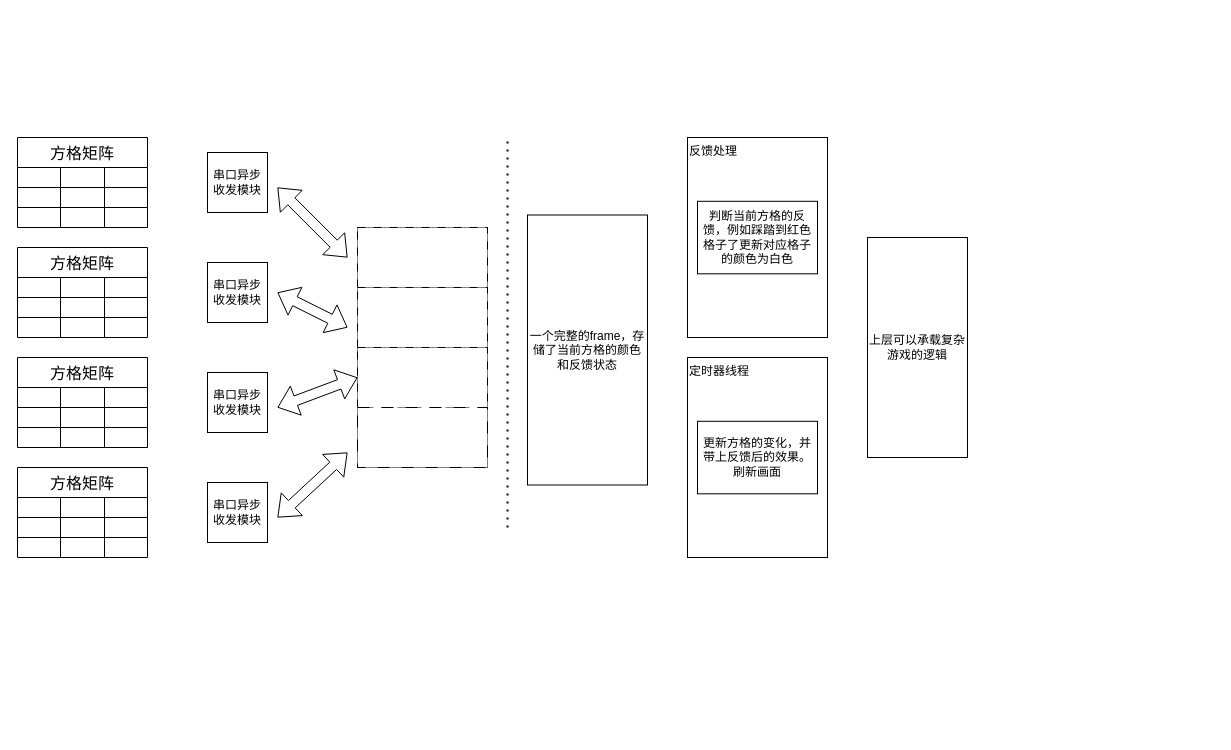
This is 程序框架.drawio from pleasecallmekaige/drawio_file, a draw.io file, before an edit. Source tidied: cells renumbered, new cells numbered last; positions are measured from the earlier drawing's top-left corner, leaving out a move shared by most shapes. Both pictures are drawn from the tidied source at 100%, with x=0, y=0 at pixel (17, 137).
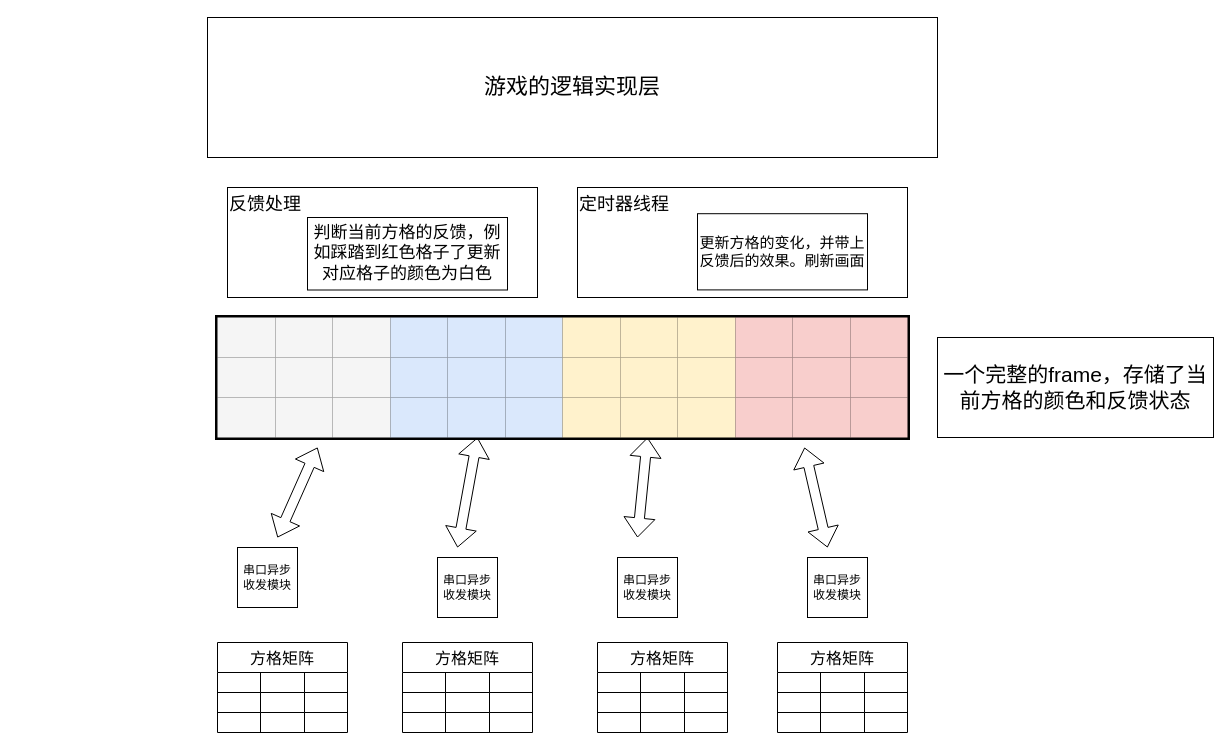
After the change.

Commit message:
更新程序框架.drawio

The edit, as a diff of the source:
```diff
@@
     <mxCell id="2" value="方格矩阵" style="shape=table;startSize=30;childLayout=tableLayout;strokeColor=default;fontSize=16;" parent="1" vertex="1">
-      <mxGeometry width="130" height="90" as="geometry" />
+      <mxGeometry x="760" y="505" width="130" height="90" as="geometry" />
     </mxCell>
@@
     <mxCell id="15" value="方格矩阵" style="shape=table;startSize=30;childLayout=tableLayout;strokeColor=default;fontSize=16;" parent="1" vertex="1">
-      <mxGeometry y="110" width="130" height="90" as="geometry" />
+      <mxGeometry x="200" y="505" width="130" height="90" as="geometry" />
     </mxCell>
@@
     <mxCell id="28" value="方格矩阵" style="shape=table;startSize=30;childLayout=tableLayout;strokeColor=default;fontSize=16;" parent="1" vertex="1">
-      <mxGeometry y="220" width="130" height="90" as="geometry" />
+      <mxGeometry x="385" y="505" width="130" height="90" as="geometry" />
     </mxCell>
@@
     <mxCell id="41" value="方格矩阵" style="shape=table;startSize=30;childLayout=tableLayout;strokeColor=default;fontSize=16;" parent="1" vertex="1">
-      <mxGeometry y="330" width="130" height="90" as="geometry" />
+      <mxGeometry x="580" y="505" width="130" height="90" as="geometry" />
     </mxCell>
@@
     <mxCell id="54" value="串口异步收发模块" style="rounded=0;whiteSpace=wrap;html=1;" parent="1" vertex="1">
-      <mxGeometry x="190" y="15" width="60" height="60" as="geometry" />
+      <mxGeometry x="790" y="420" width="60" height="60" as="geometry" />
     </mxCell>
     <mxCell id="55" value="串口异步收发模块" style="rounded=0;whiteSpace=wrap;html=1;" parent="1" vertex="1">
-      <mxGeometry x="190" y="125" width="60" height="60" as="geometry" />
+      <mxGeometry x="600" y="420" width="60" height="60" as="geometry" />
     </mxCell>
     <mxCell id="56" value="串口异步收发模块" style="rounded=0;whiteSpace=wrap;html=1;" parent="1" vertex="1">
-      <mxGeometry x="190" y="235" width="60" height="60" as="geometry" />
+      <mxGeometry x="420" y="420" width="60" height="60" as="geometry" />
     </mxCell>
     <mxCell id="57" value="串口异步收发模块" style="rounded=0;whiteSpace=wrap;html=1;" parent="1" vertex="1">
-      <mxGeometry x="190" y="345" width="60" height="60" as="geometry" />
+      <mxGeometry x="220" y="410" width="60" height="60" as="geometry" />
     </mxCell>
-    <mxCell id="58" value="定时器线程" style="rounded=0;whiteSpace=wrap;html=1;align=left;verticalAlign=top;" parent="1" vertex="1">
-      <mxGeometry x="670" y="220" width="140" height="200" as="geometry" />
+    <mxCell id="58" value="定时器线程" style="rounded=0;whiteSpace=wrap;html=1;align=left;verticalAlign=top;fontSize=18;" parent="1" vertex="1">
+      <mxGeometry x="560" y="50" width="330" height="110" as="geometry" />
     </mxCell>
-    <mxCell id="59" style="rounded=0;whiteSpace=wrap;html=1;" parent="1" vertex="1">
-      <mxGeometry x="340" y="90" width="130" height="240" as="geometry" />
-    </mxCell>
-    <mxCell id="60" style="rounded=0;whiteSpace=wrap;html=1;dashed=1;dashPattern=8 8;" parent="1" vertex="1">
-      <mxGeometry x="340" y="90" width="130" height="60" as="geometry" />
-    </mxCell>
-    <mxCell id="61" style="rounded=0;whiteSpace=wrap;html=1;dashed=1;dashPattern=8 8;" parent="1" vertex="1">
-      <mxGeometry x="340" y="150" width="130" height="60" as="geometry" />
-    </mxCell>
-    <mxCell id="62" style="rounded=0;whiteSpace=wrap;html=1;dashed=1;dashPattern=8 8;" parent="1" vertex="1">
-      <mxGeometry x="340" y="210" width="130" height="60" as="geometry" />
-    </mxCell>
-    <mxCell id="63" style="rounded=0;whiteSpace=wrap;html=1;dashed=1;dashPattern=12 12;" parent="1" vertex="1">
-      <mxGeometry x="340" y="270" width="130" height="60" as="geometry" />
-    </mxCell>
     <mxCell id="64" style="shape=flexArrow;endArrow=classic;startArrow=classic;html=1;rounded=0;" parent="1" edge="1">
       <mxGeometry relative="1" as="geometry">
-        <mxPoint x="330" y="120" as="sourcePoint" />
-        <mxPoint x="260" y="50" as="targetPoint" />
+        <mxPoint x="810" y="410" as="sourcePoint" />
+        <mxPoint x="787" y="310" as="targetPoint" />
       </mxGeometry>
     </mxCell>
     <mxCell id="65" style="shape=flexArrow;endArrow=classic;startArrow=classic;html=1;rounded=0;" parent="1" edge="1">
       <mxGeometry relative="1" as="geometry">
-        <mxPoint x="330" y="190" as="sourcePoint" />
-        <mxPoint x="260" y="155" as="targetPoint" />
+        <mxPoint x="620" y="400" as="sourcePoint" />
+        <mxPoint x="630" y="300" as="targetPoint" />
       </mxGeometry>
     </mxCell>
-    <mxCell id="66" style="shape=flexArrow;endArrow=classic;startArrow=classic;html=1;rounded=0;exitX=0;exitY=0.5;exitDx=0;exitDy=0;" parent="1" edge="1" source="62">
+    <mxCell id="66" style="shape=flexArrow;endArrow=classic;startArrow=classic;html=1;rounded=0;" parent="1" edge="1">
       <mxGeometry relative="1" as="geometry">
-        <mxPoint x="260" y="270" as="targetPoint" />
+        <mxPoint x="440" y="410" as="sourcePoint" />
+        <mxPoint x="460" y="300" as="targetPoint" />
       </mxGeometry>
     </mxCell>
     <mxCell id="67" style="shape=flexArrow;endArrow=classic;startArrow=classic;html=1;rounded=0;" parent="1" edge="1">
       <mxGeometry relative="1" as="geometry">
-        <mxPoint x="330" y="315" as="sourcePoint" />
-        <mxPoint x="260" y="380" as="targetPoint" />
+        <mxPoint x="300" y="310" as="sourcePoint" />
+        <mxPoint x="260" y="400" as="targetPoint" />
       </mxGeometry>
     </mxCell>
-    <mxCell id="68" style="endArrow=none;dashed=1;html=1;dashPattern=1 3;strokeWidth=2;rounded=0;" parent="1" edge="1">
-      <mxGeometry relative="1" as="geometry">
-        <mxPoint x="490" y="390" as="sourcePoint" />
-        <mxPoint x="490" as="targetPoint" />
-      </mxGeometry>
-    </mxCell>
-    <mxCell id="69" value="一个完整的frame，存储了当前方格的颜色和反馈状态" style="rounded=0;whiteSpace=wrap;html=1;" parent="1" vertex="1">
-      <mxGeometry x="510" y="77.5" width="120" height="270" as="geometry" />
+    <mxCell id="69" value="一个完整的frame，存储了当前方格的颜色和反馈状态" style="rounded=0;whiteSpace=wrap;html=1;fontSize=21;" parent="1" vertex="1">
+      <mxGeometry x="920" y="200" width="276" height="100" as="geometry" />
     </mxCell>
-    <mxCell id="70" value="反馈处理" style="rounded=0;whiteSpace=wrap;html=1;align=left;verticalAlign=top;" parent="1" vertex="1">
-      <mxGeometry x="670" width="140" height="200" as="geometry" />
+    <mxCell id="70" value="反馈处理" style="rounded=0;whiteSpace=wrap;html=1;align=left;verticalAlign=top;fontSize=18;" parent="1" vertex="1">
+      <mxGeometry x="210" y="50" width="310" height="110" as="geometry" />
     </mxCell>
-    <mxCell id="71" value="判断当前方格的反馈，例如踩踏到红色格子了更新对应格子的颜色为白色" style="rounded=0;whiteSpace=wrap;html=1;" parent="1" vertex="1">
-      <mxGeometry x="680" y="63.8" width="120" height="72.5" as="geometry" />
+    <mxCell id="71" value="判断当前方格的反馈，例如踩踏到红色格子了更新对应格子的颜色为白色" style="rounded=0;whiteSpace=wrap;html=1;fontSize=17;" parent="1" vertex="1">
+      <mxGeometry x="290" y="80" width="200" height="72.5" as="geometry" />
     </mxCell>
-    <mxCell id="72" value="更新方格的变化，并带上反馈后的效果。刷新画面" style="rounded=0;whiteSpace=wrap;html=1;" parent="1" vertex="1">
-      <mxGeometry x="680" y="283.8" width="120" height="72.5" as="geometry" />
+    <mxCell id="72" value="更新方格的变化，并带上反馈后的效果。刷新画面" style="rounded=0;whiteSpace=wrap;html=1;fontSize=15;" parent="1" vertex="1">
+      <mxGeometry x="680" y="76.2" width="170" height="76.2" as="geometry" />
     </mxCell>
-    <mxCell id="73" value="上层可以承载复杂游戏的逻辑" style="rounded=0;whiteSpace=wrap;html=1;" parent="1" vertex="1">
-      <mxGeometry x="850" y="100" width="100" height="220" as="geometry" />
+    <mxCell id="73" value="游戏的逻辑实现层" style="rounded=0;whiteSpace=wrap;html=1;fontSize=22;" parent="1" vertex="1">
+      <mxGeometry x="190" y="-120" width="730" height="140" as="geometry" />
     </mxCell>
+    <mxCell id="74" style="shape=table;startSize=0;childLayout=tableLayout;fontSize=16;strokeWidth=5;" parent="1" vertex="1">
+      <mxGeometry x="200" y="180" width="690" height="120" as="geometry" />
+    </mxCell>
+    <mxCell id="75" style="shape=tableRow;horizontal=0;startSize=0;swimlaneHead=0;swimlaneBody=0;strokeColor=inherit;top=0;left=0;bottom=0;right=0;fillColor=none;fontSize=16;strokeWidth=5;" parent="74" vertex="1">
+      <mxGeometry width="690" height="40" as="geometry" />
+    </mxCell>
+    <mxCell id="76" style="shape=partialRectangle;html=1;whiteSpace=wrap;strokeColor=#666666;overflow=hidden;fillColor=#f5f5f5;top=0;left=0;bottom=0;right=0;fontSize=16;fontColor=#333333;strokeWidth=5;" parent="75" vertex="1">
+      <mxGeometry width="58" height="40" as="geometry" />
+    </mxCell>
+    <mxCell id="77" style="shape=partialRectangle;html=1;whiteSpace=wrap;strokeColor=#666666;overflow=hidden;fillColor=#f5f5f5;top=0;left=0;bottom=0;right=0;fontSize=16;fontColor=#333333;strokeWidth=5;" parent="75" vertex="1">
+      <mxGeometry x="58" width="57" height="40" as="geometry" />
+    </mxCell>
+    <mxCell id="78" style="shape=partialRectangle;html=1;whiteSpace=wrap;strokeColor=#666666;overflow=hidden;fillColor=#f5f5f5;top=0;left=0;bottom=0;right=0;fontSize=16;fontColor=#333333;strokeWidth=5;" parent="75" vertex="1">
+      <mxGeometry x="115" width="58" height="40" as="geometry" />
+    </mxCell>
+    <mxCell id="79" style="shape=partialRectangle;html=1;whiteSpace=wrap;strokeColor=#6c8ebf;overflow=hidden;fillColor=#dae8fc;top=0;left=0;bottom=0;right=0;fontSize=16;strokeWidth=5;" parent="75" vertex="1">
+      <mxGeometry x="173" width="57" height="40" as="geometry" />
+    </mxCell>
+    <mxCell id="80" style="shape=partialRectangle;html=1;whiteSpace=wrap;strokeColor=#6c8ebf;overflow=hidden;fillColor=#dae8fc;top=0;left=0;bottom=0;right=0;fontSize=16;strokeWidth=5;" parent="75" vertex="1">
+      <mxGeometry x="230" width="58" height="40" as="geometry" />
+    </mxCell>
+    <mxCell id="81" style="shape=partialRectangle;html=1;whiteSpace=wrap;strokeColor=#6c8ebf;overflow=hidden;fillColor=#dae8fc;top=0;left=0;bottom=0;right=0;fontSize=16;strokeWidth=5;" parent="75" vertex="1">
+      <mxGeometry x="288" width="57" height="40" as="geometry" />
+    </mxCell>
+    <mxCell id="82" style="shape=partialRectangle;html=1;whiteSpace=wrap;strokeColor=#d6b656;overflow=hidden;fillColor=#fff2cc;top=0;left=0;bottom=0;right=0;fontSize=16;strokeWidth=5;" parent="75" vertex="1">
+      <mxGeometry x="345" width="58" height="40" as="geometry" />
+    </mxCell>
+    <mxCell id="83" style="shape=partialRectangle;html=1;whiteSpace=wrap;strokeColor=#d6b656;overflow=hidden;fillColor=#fff2cc;top=0;left=0;bottom=0;right=0;fontSize=16;strokeWidth=5;" parent="75" vertex="1">
+      <mxGeometry x="403" width="57" height="40" as="geometry" />
+    </mxCell>
+    <mxCell id="84" style="shape=partialRectangle;html=1;whiteSpace=wrap;strokeColor=#d6b656;overflow=hidden;fillColor=#fff2cc;top=0;left=0;bottom=0;right=0;fontSize=16;strokeWidth=5;" parent="75" vertex="1">
+      <mxGeometry x="460" width="58" height="40" as="geometry" />
+    </mxCell>
+    <mxCell id="85" style="shape=partialRectangle;html=1;whiteSpace=wrap;strokeColor=#b85450;overflow=hidden;fillColor=#f8cecc;top=0;left=0;bottom=0;right=0;fontSize=16;strokeWidth=5;" parent="75" vertex="1">
+      <mxGeometry x="518" width="57" height="40" as="geometry" />
+    </mxCell>
+    <mxCell id="86" style="shape=partialRectangle;html=1;whiteSpace=wrap;strokeColor=#b85450;overflow=hidden;fillColor=#f8cecc;top=0;left=0;bottom=0;right=0;fontSize=16;strokeWidth=5;" parent="75" vertex="1">
+      <mxGeometry x="575" width="58" height="40" as="geometry" />
+    </mxCell>
+    <mxCell id="87" style="shape=partialRectangle;html=1;whiteSpace=wrap;strokeColor=#b85450;overflow=hidden;fillColor=#f8cecc;top=0;left=0;bottom=0;right=0;fontSize=16;strokeWidth=5;" parent="75" vertex="1">
+      <mxGeometry x="633" width="57" height="40" as="geometry" />
+    </mxCell>
+    <mxCell id="88" style="shape=tableRow;horizontal=0;startSize=0;swimlaneHead=0;swimlaneBody=0;strokeColor=inherit;top=0;left=0;bottom=0;right=0;fillColor=none;fontSize=16;strokeWidth=5;" parent="74" vertex="1">
+      <mxGeometry y="40" width="690" height="40" as="geometry" />
+    </mxCell>
+    <mxCell id="89" style="shape=partialRectangle;html=1;whiteSpace=wrap;strokeColor=#666666;overflow=hidden;fillColor=#f5f5f5;top=0;left=0;bottom=0;right=0;fontSize=16;fontColor=#333333;strokeWidth=5;" parent="88" vertex="1">
+      <mxGeometry width="58" height="40" as="geometry" />
+    </mxCell>
+    <mxCell id="90" style="shape=partialRectangle;html=1;whiteSpace=wrap;strokeColor=#666666;overflow=hidden;fillColor=#f5f5f5;top=0;left=0;bottom=0;right=0;fontSize=16;fontColor=#333333;strokeWidth=5;" parent="88" vertex="1">
+      <mxGeometry x="58" width="57" height="40" as="geometry" />
+    </mxCell>
+    <mxCell id="91" style="shape=partialRectangle;html=1;whiteSpace=wrap;strokeColor=#666666;overflow=hidden;fillColor=#f5f5f5;top=0;left=0;bottom=0;right=0;fontSize=16;fontColor=#333333;strokeWidth=5;" parent="88" vertex="1">
+      <mxGeometry x="115" width="58" height="40" as="geometry" />
+    </mxCell>
+    <mxCell id="92" style="shape=partialRectangle;html=1;whiteSpace=wrap;strokeColor=#6c8ebf;overflow=hidden;fillColor=#dae8fc;top=0;left=0;bottom=0;right=0;fontSize=16;strokeWidth=5;" parent="88" vertex="1">
+      <mxGeometry x="173" width="57" height="40" as="geometry" />
+    </mxCell>
+    <mxCell id="93" style="shape=partialRectangle;html=1;whiteSpace=wrap;strokeColor=#6c8ebf;overflow=hidden;fillColor=#dae8fc;top=0;left=0;bottom=0;right=0;fontSize=16;strokeWidth=5;" parent="88" vertex="1">
+      <mxGeometry x="230" width="58" height="40" as="geometry" />
+    </mxCell>
+    <mxCell id="94" style="shape=partialRectangle;html=1;whiteSpace=wrap;strokeColor=#6c8ebf;overflow=hidden;fillColor=#dae8fc;top=0;left=0;bottom=0;right=0;fontSize=16;strokeWidth=5;" parent="88" vertex="1">
+      <mxGeometry x="288" width="57" height="40" as="geometry" />
+    </mxCell>
+    <mxCell id="95" style="shape=partialRectangle;html=1;whiteSpace=wrap;strokeColor=#d6b656;overflow=hidden;fillColor=#fff2cc;top=0;left=0;bottom=0;right=0;fontSize=16;strokeWidth=5;" parent="88" vertex="1">
+      <mxGeometry x="345" width="58" height="40" as="geometry" />
+    </mxCell>
+    <mxCell id="96" style="shape=partialRectangle;html=1;whiteSpace=wrap;strokeColor=#d6b656;overflow=hidden;fillColor=#fff2cc;top=0;left=0;bottom=0;right=0;fontSize=16;strokeWidth=5;" parent="88" vertex="1">
+      <mxGeometry x="403" width="57" height="40" as="geometry" />
+    </mxCell>
+    <mxCell id="97" style="shape=partialRectangle;html=1;whiteSpace=wrap;strokeColor=#d6b656;overflow=hidden;fillColor=#fff2cc;top=0;left=0;bottom=0;right=0;fontSize=16;strokeWidth=5;" parent="88" vertex="1">
+      <mxGeometry x="460" width="58" height="40" as="geometry" />
+    </mxCell>
+    <mxCell id="98" style="shape=partialRectangle;html=1;whiteSpace=wrap;strokeColor=#b85450;overflow=hidden;fillColor=#f8cecc;top=0;left=0;bottom=0;right=0;fontSize=16;strokeWidth=5;" parent="88" vertex="1">
+      <mxGeometry x="518" width="57" height="40" as="geometry" />
+    </mxCell>
+    <mxCell id="99" style="shape=partialRectangle;html=1;whiteSpace=wrap;strokeColor=#b85450;overflow=hidden;fillColor=#f8cecc;top=0;left=0;bottom=0;right=0;fontSize=16;strokeWidth=5;" parent="88" vertex="1">
+      <mxGeometry x="575" width="58" height="40" as="geometry" />
+    </mxCell>
+    <mxCell id="100" style="shape=partialRectangle;html=1;whiteSpace=wrap;strokeColor=#b85450;overflow=hidden;fillColor=#f8cecc;top=0;left=0;bottom=0;right=0;fontSize=16;strokeWidth=5;" parent="88" vertex="1">
+      <mxGeometry x="633" width="57" height="40" as="geometry" />
+    </mxCell>
+    <mxCell id="101" style="shape=tableRow;horizontal=0;startSize=0;swimlaneHead=0;swimlaneBody=0;strokeColor=inherit;top=0;left=0;bottom=0;right=0;fillColor=none;fontSize=16;strokeWidth=5;" parent="74" vertex="1">
+      <mxGeometry y="80" width="690" height="40" as="geometry" />
+    </mxCell>
+    <mxCell id="102" style="shape=partialRectangle;html=1;whiteSpace=wrap;strokeColor=#666666;overflow=hidden;fillColor=#f5f5f5;top=0;left=0;bottom=0;right=0;fontSize=16;fontColor=#333333;strokeWidth=5;" parent="101" vertex="1">
+      <mxGeometry width="58" height="40" as="geometry" />
+    </mxCell>
+    <mxCell id="103" style="shape=partialRectangle;html=1;whiteSpace=wrap;strokeColor=#666666;overflow=hidden;fillColor=#f5f5f5;top=0;left=0;bottom=0;right=0;fontSize=16;fontColor=#333333;strokeWidth=5;" parent="101" vertex="1">
+      <mxGeometry x="58" width="57" height="40" as="geometry" />
+    </mxCell>
+    <mxCell id="104" style="shape=partialRectangle;html=1;whiteSpace=wrap;strokeColor=#666666;overflow=hidden;fillColor=#f5f5f5;top=0;left=0;bottom=0;right=0;fontSize=16;fontColor=#333333;strokeWidth=5;" parent="101" vertex="1">
+      <mxGeometry x="115" width="58" height="40" as="geometry" />
+    </mxCell>
+    <mxCell id="105" style="shape=partialRectangle;html=1;whiteSpace=wrap;strokeColor=#6c8ebf;overflow=hidden;fillColor=#dae8fc;top=0;left=0;bottom=0;right=0;fontSize=16;strokeWidth=5;" parent="101" vertex="1">
+      <mxGeometry x="173" width="57" height="40" as="geometry" />
+    </mxCell>
+    <mxCell id="106" style="shape=partialRectangle;html=1;whiteSpace=wrap;strokeColor=#6c8ebf;overflow=hidden;fillColor=#dae8fc;top=0;left=0;bottom=0;right=0;fontSize=16;strokeWidth=5;" parent="101" vertex="1">
+      <mxGeometry x="230" width="58" height="40" as="geometry" />
+    </mxCell>
+    <mxCell id="107" style="shape=partialRectangle;html=1;whiteSpace=wrap;strokeColor=#6c8ebf;overflow=hidden;fillColor=#dae8fc;top=0;left=0;bottom=0;right=0;fontSize=16;strokeWidth=5;" parent="101" vertex="1">
+      <mxGeometry x="288" width="57" height="40" as="geometry" />
+    </mxCell>
+    <mxCell id="108" style="shape=partialRectangle;html=1;whiteSpace=wrap;strokeColor=#d6b656;overflow=hidden;fillColor=#fff2cc;top=0;left=0;bottom=0;right=0;fontSize=16;strokeWidth=5;" parent="101" vertex="1">
+      <mxGeometry x="345" width="58" height="40" as="geometry" />
+    </mxCell>
+    <mxCell id="109" style="shape=partialRectangle;html=1;whiteSpace=wrap;strokeColor=#d6b656;overflow=hidden;fillColor=#fff2cc;top=0;left=0;bottom=0;right=0;fontSize=16;strokeWidth=5;" parent="101" vertex="1">
+      <mxGeometry x="403" width="57" height="40" as="geometry" />
+    </mxCell>
+    <mxCell id="110" style="shape=partialRectangle;html=1;whiteSpace=wrap;strokeColor=#d6b656;overflow=hidden;fillColor=#fff2cc;top=0;left=0;bottom=0;right=0;fontSize=16;strokeWidth=5;" parent="101" vertex="1">
+      <mxGeometry x="460" width="58" height="40" as="geometry" />
+    </mxCell>
+    <mxCell id="111" style="shape=partialRectangle;html=1;whiteSpace=wrap;strokeColor=#b85450;overflow=hidden;fillColor=#f8cecc;top=0;left=0;bottom=0;right=0;fontSize=16;strokeWidth=5;" parent="101" vertex="1">
+      <mxGeometry x="518" width="57" height="40" as="geometry" />
+    </mxCell>
+    <mxCell id="112" style="shape=partialRectangle;html=1;whiteSpace=wrap;strokeColor=#b85450;overflow=hidden;fillColor=#f8cecc;top=0;left=0;bottom=0;right=0;fontSize=16;strokeWidth=5;" parent="101" vertex="1">
+      <mxGeometry x="575" width="58" height="40" as="geometry" />
+    </mxCell>
+    <mxCell id="113" style="shape=partialRectangle;html=1;whiteSpace=wrap;strokeColor=#b85450;overflow=hidden;fillColor=#f8cecc;top=0;left=0;bottom=0;right=0;fontSize=16;strokeWidth=5;" parent="101" vertex="1">
+      <mxGeometry x="633" width="57" height="40" as="geometry" />
+    </mxCell>
```
